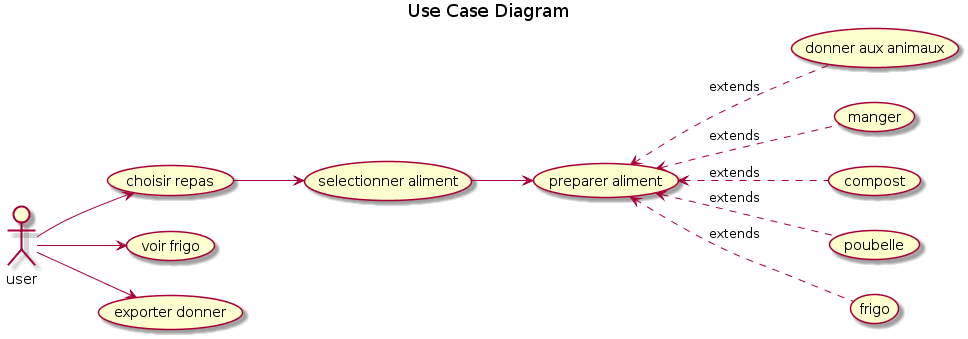
Before: UseCase.png, a diagram exported from PlantUML (tbouete/SuiviDechetsOrg). The source it was exported from:
```plantuml
@startuml
title Use Case Diagram

left to right direction
user --> (choisir repas)
(choisir repas) --> (selectionner aliment)
(selectionner aliment) --> (preparer aliment)
(preparer aliment) <.down. (donner aux animaux) : extends
(preparer aliment) <.down. (manger) : extends
(preparer aliment) <.down. (compost) : extends
(preparer aliment) <.down. (poubelle) : extends
(preparer aliment) <.down. (frigo) : extends

user --> (voir frigo)

user --> (exporter donner)
@enduml
```
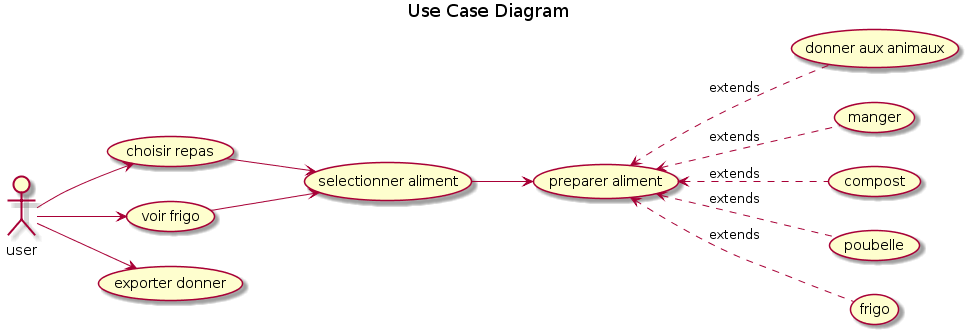
After the commit.

Commit message:
Cahier des charges 75% + updates UseCase

Diff of the diagram source:
```diff
@@ -12,6 +12,7 @@
 (preparer aliment) <.down. (frigo) : extends
 
 user --> (voir frigo)
+(voir frigo) --> (selectionner aliment)
 
 user --> (exporter donner)
 @enduml
```
